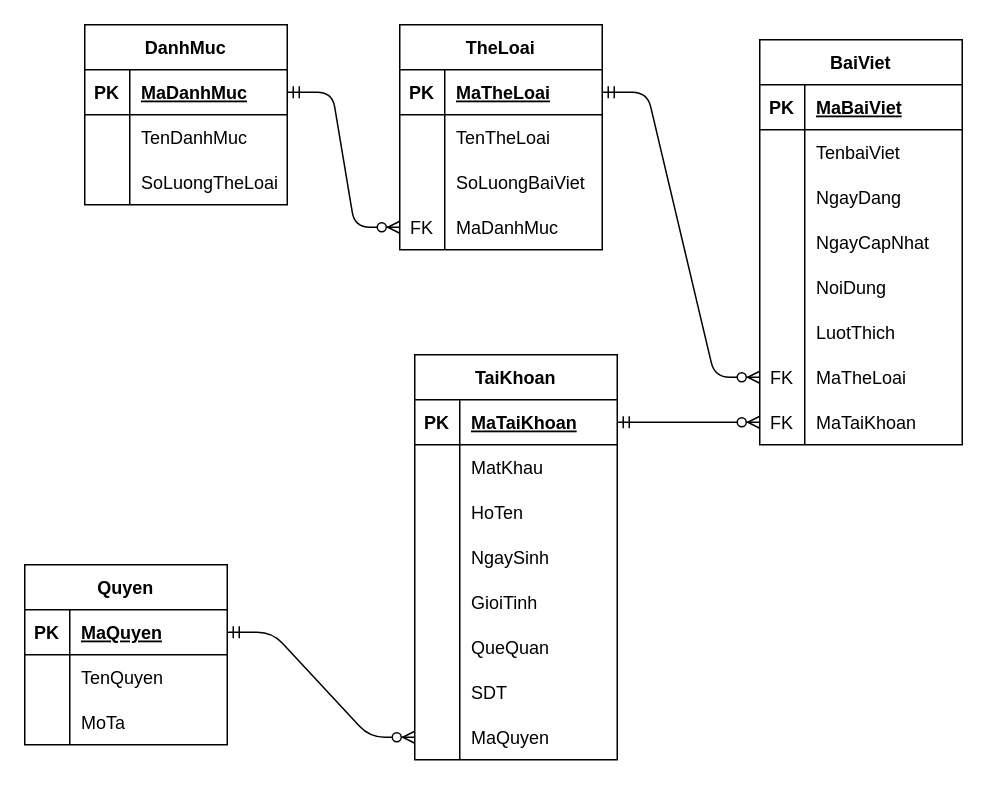
This is DuLichERD.drawio from phanvandinh99/Travel, a draw.io file, before an edit. Source tidied: cells renumbered, new cells numbered last; positions are measured from the earlier drawing's top-left corner, leaving out a move shared by most shapes. Both pictures are drawn from the tidied source at 150%, with x=0, y=0 at pixel (24, 24).
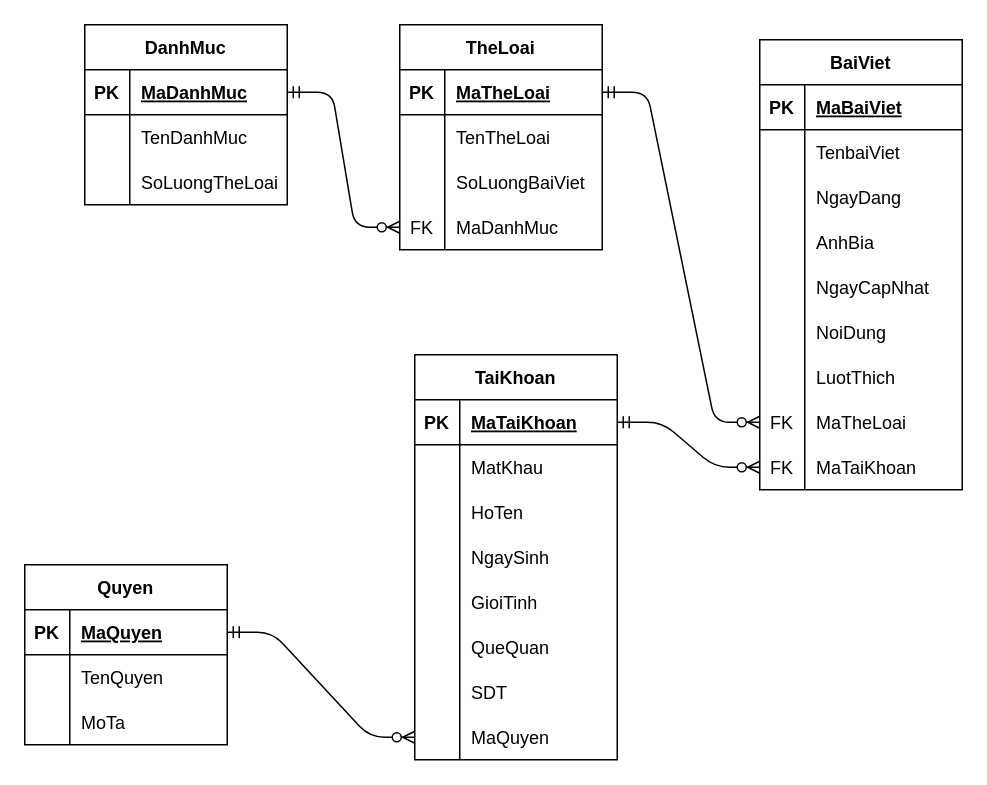
The same page after the edit.

Change to the diagram source:
```diff
@@
     <mxCell id="25" value="BaiViet" style="shape=table;startSize=30;childLayout=tableLayout;rowLines=0;fontStyle=1;align=center;" parent="1" vertex="1">
-      <mxGeometry x="490" y="10" width="135" height="270" as="geometry" />
+      <mxGeometry x="490" y="10" width="135" height="300" as="geometry" />
     </mxCell>
@@
+    <mxCell id="89" style="shape=partialRectangle;fillColor=none;top=0;left=0;bottom=0;right=0;" parent="25" vertex="1">
+      <mxGeometry y="120" width="135" height="30" as="geometry" />
+    </mxCell>
+    <mxCell id="90" style="shape=partialRectangle;fillColor=none;top=0;left=0;bottom=0;right=0;overflow=hidden;" parent="89" vertex="1">
+      <mxGeometry width="30" height="30" as="geometry" />
+    </mxCell>
+    <mxCell id="91" value="AnhBia" style="shape=partialRectangle;fillColor=none;top=0;left=0;bottom=0;right=0;align=left;spacingLeft=6;overflow=hidden;" parent="89" vertex="1">
+      <mxGeometry x="30" width="105" height="30" as="geometry" />
+    </mxCell>
     <mxCell id="35" style="shape=partialRectangle;fillColor=none;top=0;left=0;bottom=0;right=0;" parent="25" vertex="1">
-      <mxGeometry y="120" width="135" height="30" as="geometry" />
+      <mxGeometry y="150" width="135" height="30" as="geometry" />
     </mxCell>
@@
     <mxCell id="38" style="shape=partialRectangle;fillColor=none;top=0;left=0;bottom=0;right=0;" parent="25" vertex="1">
-      <mxGeometry y="150" width="135" height="30" as="geometry" />
+      <mxGeometry y="180" width="135" height="30" as="geometry" />
     </mxCell>
@@
     <mxCell id="41" style="shape=partialRectangle;fillColor=none;top=0;left=0;bottom=0;right=0;" parent="25" vertex="1">
-      <mxGeometry y="180" width="135" height="30" as="geometry" />
+      <mxGeometry y="210" width="135" height="30" as="geometry" />
     </mxCell>
@@
     <mxCell id="44" style="shape=partialRectangle;fillColor=none;top=0;left=0;bottom=0;right=0;points=[[0,0.5],[1,0.5]];portConstraint=eastwest;" parent="25" vertex="1">
-      <mxGeometry y="210" width="135" height="30" as="geometry" />
+      <mxGeometry y="240" width="135" height="30" as="geometry" />
     </mxCell>
@@
     <mxCell id="47" style="shape=partialRectangle;fillColor=none;top=0;left=0;bottom=0;right=0;points=[[0,0.5],[1,0.5]];portConstraint=eastwest;" parent="25" vertex="1">
-      <mxGeometry y="240" width="135" height="30" as="geometry" />
+      <mxGeometry y="270" width="135" height="30" as="geometry" />
     </mxCell>
```
